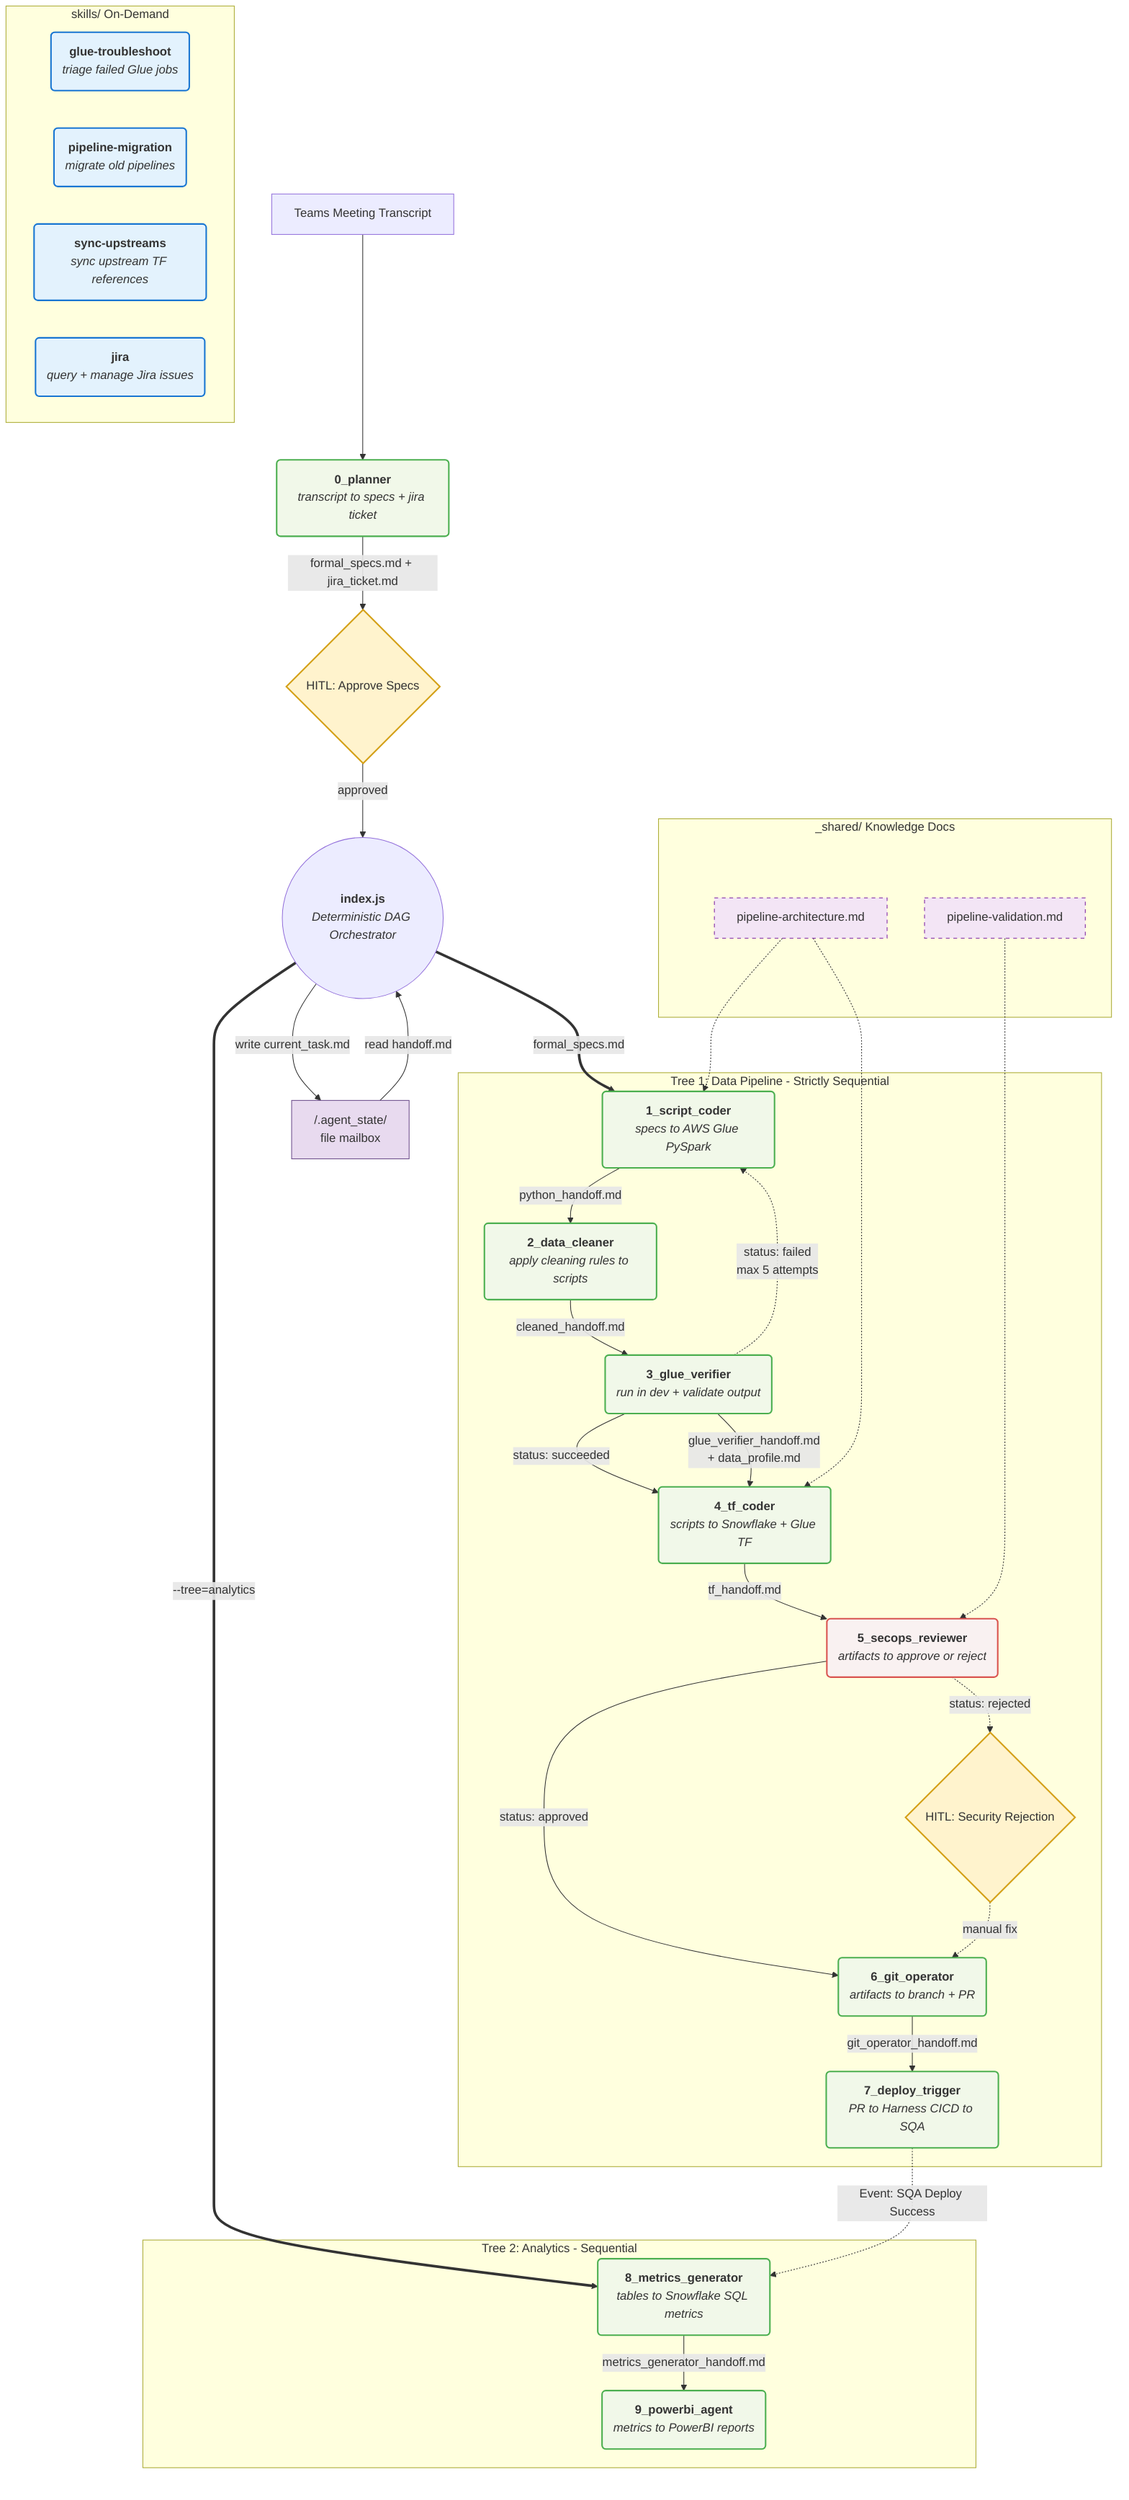
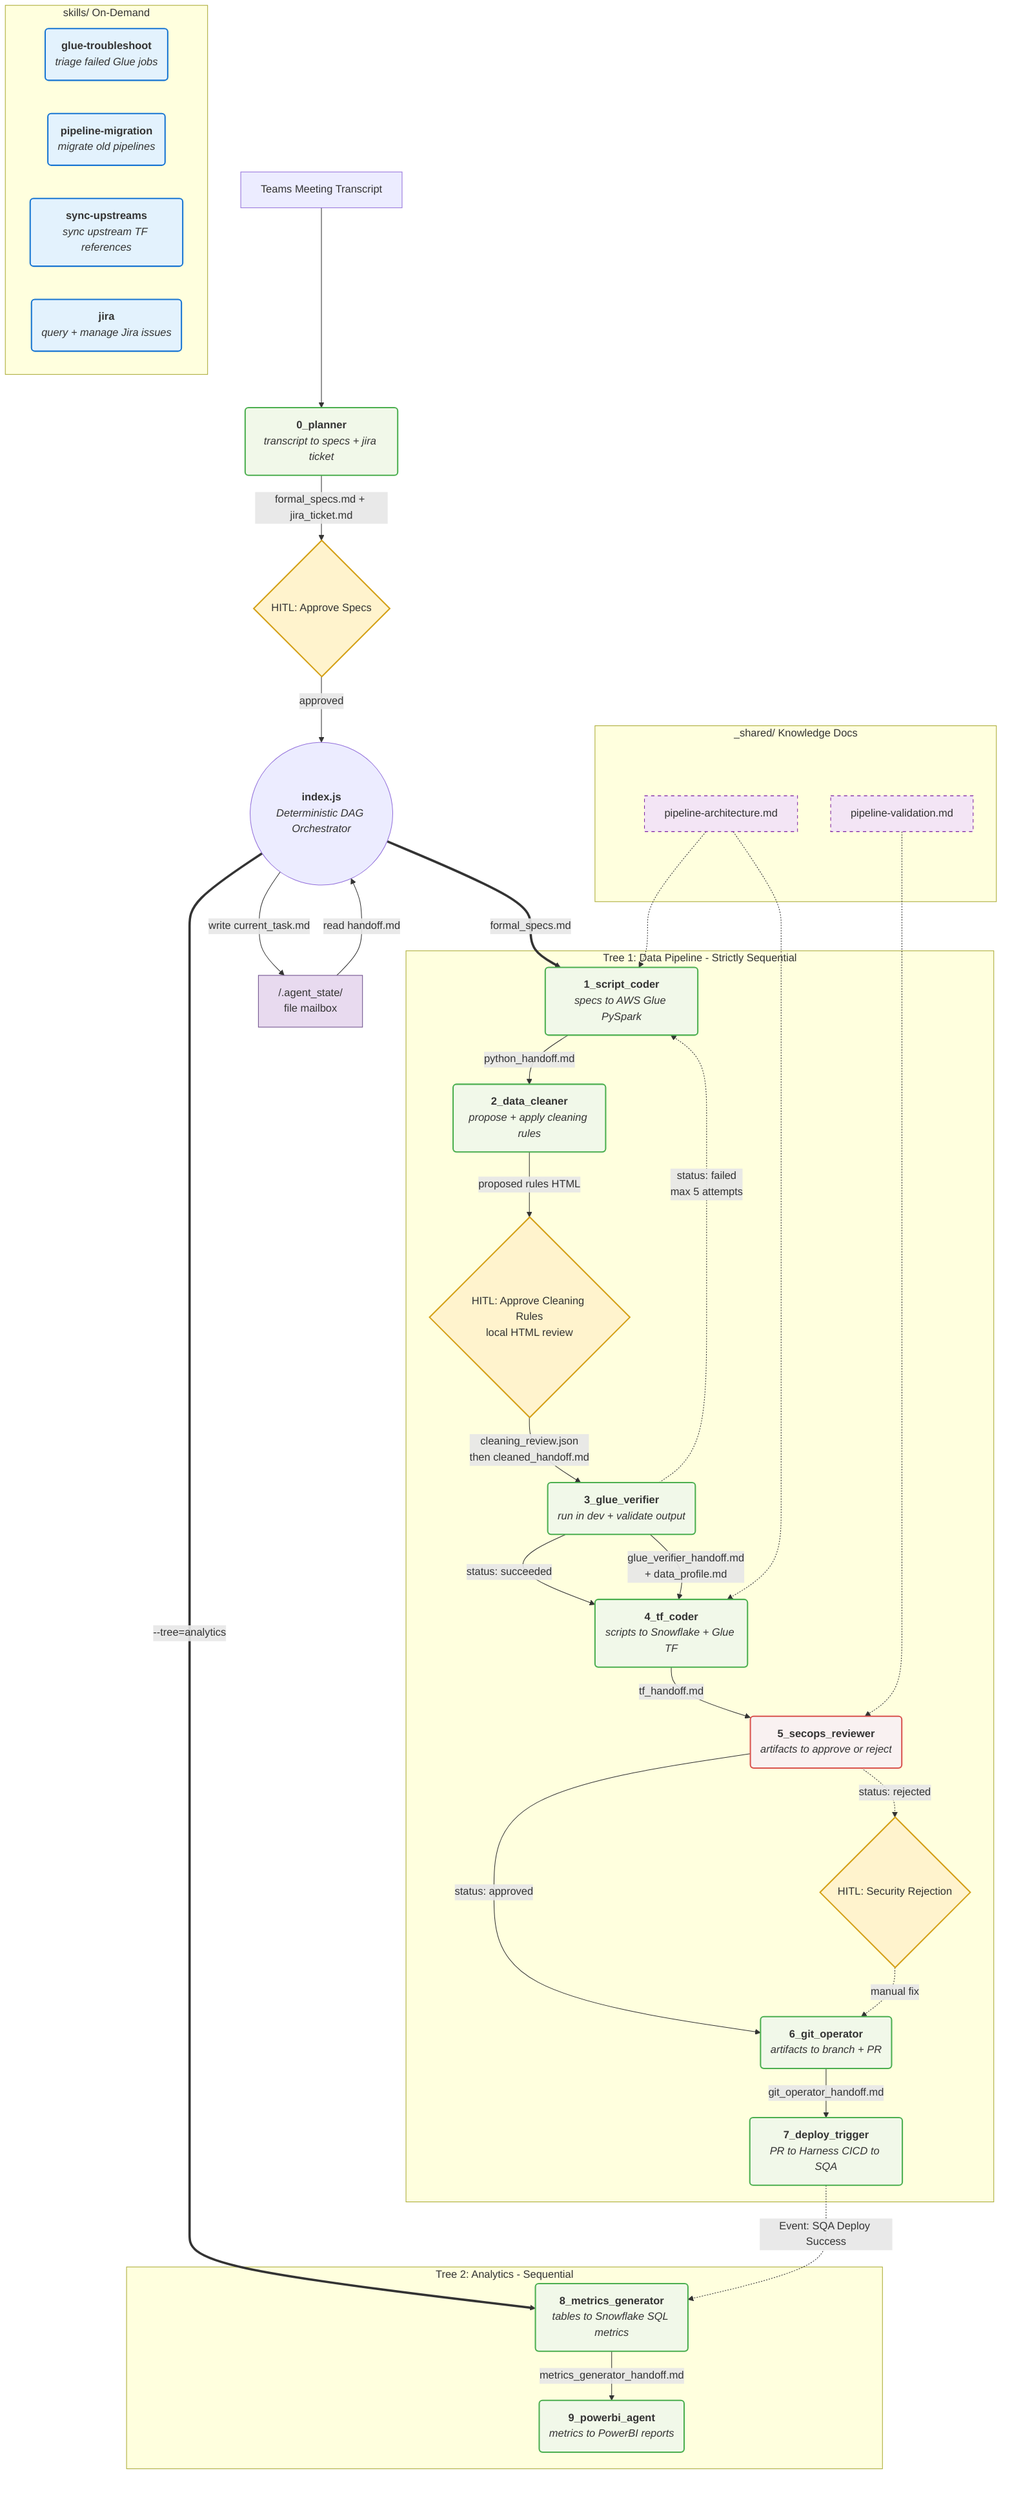
graph TD
    %% Input + Planning (pre-orchestration)
    INPUT[Teams Meeting Transcript]
    A0(<b>0_planner</b><br/><i>transcript to specs + jira ticket</i>):::agent
    HITL1{HITL: Approve Specs}:::hitl

    %% Orchestrator
    ORCH((<b>index.js</b><br/><i>Deterministic DAG Orchestrator</i>))

    %% Tree 1: Data Pipeline Track
    subgraph Tree_1 [Tree 1: Data Pipeline - Strictly Sequential]
        A1(<b>1_script_coder</b><br/><i>specs to AWS Glue PySpark</i>):::agent
-         A2(<b>2_data_cleaner</b><br/><i>apply cleaning rules to scripts</i>):::agent
+         A2(<b>2_data_cleaner</b><br/><i>propose + apply cleaning rules</i>):::agent
+         HITL_CLEAN{HITL: Approve Cleaning Rules<br/>local HTML review}:::hitl
        A3(<b>3_glue_verifier</b><br/><i>run in dev + validate output</i>):::agent
        A4(<b>4_tf_coder</b><br/><i>scripts to Snowflake + Glue TF</i>):::agent
        A5(<b>5_secops_reviewer</b><br/><i>artifacts to approve or reject</i>):::secure
        HITL2{HITL: Security Rejection}:::hitl
        A6(<b>6_git_operator</b><br/><i>artifacts to branch + PR</i>):::agent
        A7(<b>7_deploy_trigger</b><br/><i>PR to Harness CICD to SQA</i>):::agent

        A1 -->|python_handoff.md| A2
-         A2 -->|cleaned_handoff.md| A3
+         A2 -->|proposed rules HTML| HITL_CLEAN
+         HITL_CLEAN -->|cleaning_review.json<br/>then cleaned_handoff.md| A3
        A3 -->|status: succeeded| A4
        A3 -.->|status: failed<br/>max 5 attempts| A1
        A3 -->|glue_verifier_handoff.md<br/>+ data_profile.md| A4
        A4 -->|tf_handoff.md| A5
        A5 -->|status: approved| A6
        A5 -.->|status: rejected| HITL2
        HITL2 -.->|manual fix| A6
        A6 -->|git_operator_handoff.md| A7
    end

    %% Tree 2: Analytics Track
    subgraph Tree_2 [Tree 2: Analytics - Sequential]
        A8(<b>8_metrics_generator</b><br/><i>tables to Snowflake SQL metrics</i>):::agent
        A9(<b>9_powerbi_agent</b><br/><i>metrics to PowerBI reports</i>):::agent
        A8 -->|metrics_generator_handoff.md| A9
    end

    %% Shared Knowledge (read by multiple agents)
    subgraph Shared ["_shared/ Knowledge Docs"]
        KD1[pipeline-architecture.md]:::knowledge
        KD2[pipeline-validation.md]:::knowledge
    end

    %% Standalone Skills (on-demand, not part of DAG)
    subgraph Skills ["skills/ On-Demand"]
        S1(<b>glue-troubleshoot</b><br/><i>triage failed Glue jobs</i>):::skill
        S2(<b>pipeline-migration</b><br/><i>migrate old pipelines</i>):::skill
        S3(<b>sync-upstreams</b><br/><i>sync upstream TF references</i>):::skill
        S4(<b>jira</b><br/><i>query + manage Jira issues</i>):::skill
    end

    %% Mailbox
    STATE["/.agent_state/<br/>file mailbox"]:::state

    %% Flow: Planning phase (before orchestrator)
    INPUT --> A0
    A0 -->|formal_specs.md + jira_ticket.md| HITL1
    HITL1 -->|approved| ORCH

    %% Flow: Orchestrator dispatches to trees
    ORCH ==>|formal_specs.md| A1
    ORCH ==>|--tree=analytics| A8
    A7 -.->|Event: SQA Deploy Success| A8

    %% Mailbox connections
    ORCH -->|write current_task.md| STATE
    STATE -->|read handoff.md| ORCH

    %% Shared knowledge feeds agents
    KD1 -.-> A1
    KD1 -.-> A4
    KD2 -.-> A5

    classDef secure fill:#f9f1f1,stroke:#d9534f,stroke-width:2px;
    classDef agent fill:#f1f8e9,stroke:#4caf50,stroke-width:2px;
    classDef hitl fill:#fff3cd,stroke:#d4a017,stroke-width:2px;
    classDef state fill:#e8daef,stroke:#6b4c8a,stroke-width:1px;
    classDef skill fill:#e3f2fd,stroke:#1976d2,stroke-width:2px;
    classDef knowledge fill:#f3e5f5,stroke:#7b1fa2,stroke-width:1px,stroke-dasharray:5 5;
